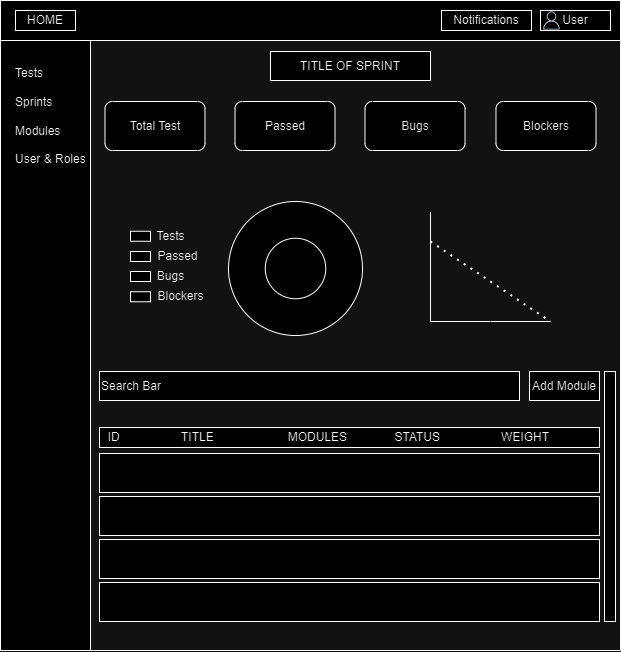
The draw.io diagram Documents/assets/wireframes/SprintDetailWireFrame.drawio.png in ViktorGox/ProjectClientOnBoardGitProject, before a commit. Source tidied: cells renumbered, new cells last; positions are measured from the earlier drawing's top-left corner, leaving out a move shared by most shapes. Source of this version:
```xml
<mxGraphModel>
  <root>
    <mxCell id="0" />
    <mxCell id="1" parent="0" />
    <mxCell id="2" style="swimlane;startSize=0;" parent="1" vertex="1">
      <mxGeometry width="620" height="650" as="geometry" />
    </mxCell>
    <mxCell id="3" style="rounded=0;whiteSpace=wrap;html=1;" parent="2" vertex="1">
      <mxGeometry width="90" height="650" as="geometry" />
    </mxCell>
    <mxCell id="4" style="rounded=0;whiteSpace=wrap;html=1;" parent="2" vertex="1">
      <mxGeometry width="620" height="40" as="geometry" />
    </mxCell>
    <mxCell id="5" value="Tests&lt;br&gt;&lt;br&gt;Sprints&lt;br&gt;&lt;br&gt;Modules&lt;br&gt;&lt;br&gt;User &amp;amp; Roles" style="text;html=1;strokeColor=none;fillColor=none;align=left;verticalAlign=middle;whiteSpace=wrap;rounded=0;" parent="2" vertex="1">
      <mxGeometry x="12.5" y="61" width="85" height="109" as="geometry" />
    </mxCell>
    <mxCell id="6" value="Notifications" style="rounded=0;whiteSpace=wrap;html=1;" parent="2" vertex="1">
      <mxGeometry x="441" y="10" width="90" height="20" as="geometry" />
    </mxCell>
    <mxCell id="7" value="User" style="rounded=0;whiteSpace=wrap;html=1;" parent="2" vertex="1">
      <mxGeometry x="540" y="10" width="70" height="20" as="geometry" />
    </mxCell>
    <mxCell id="8" style="sketch=0;fontColor=#232F3E;gradientColor=none;fillColor=#232F3D;strokeColor=none;dashed=0;verticalLabelPosition=bottom;verticalAlign=top;align=center;html=1;fontSize=12;fontStyle=0;shape=mxgraph.aws4.user;" parent="2" vertex="1">
      <mxGeometry x="542" y="11" width="18" height="18" as="geometry" />
    </mxCell>
    <mxCell id="9" value="HOME" style="rounded=0;whiteSpace=wrap;html=1;" parent="2" vertex="1">
      <mxGeometry x="15" y="10" width="60" height="20" as="geometry" />
    </mxCell>
    <mxCell id="10" value="Total Test" style="rounded=1;whiteSpace=wrap;html=1;" parent="2" vertex="1">
      <mxGeometry x="104.5" y="101" width="100" height="49" as="geometry" />
    </mxCell>
    <mxCell id="11" value="Passed" style="rounded=1;whiteSpace=wrap;html=1;" parent="2" vertex="1">
      <mxGeometry x="234.5" y="101" width="100" height="49" as="geometry" />
    </mxCell>
    <mxCell id="12" value="Bugs" style="rounded=1;whiteSpace=wrap;html=1;" parent="2" vertex="1">
      <mxGeometry x="364.5" y="101" width="100" height="49" as="geometry" />
    </mxCell>
    <mxCell id="13" value="Blockers" style="rounded=1;whiteSpace=wrap;html=1;" parent="2" vertex="1">
      <mxGeometry x="495.5" y="101" width="100" height="49" as="geometry" />
    </mxCell>
    <mxCell id="14" value="TITLE OF SPRINT" style="rounded=0;whiteSpace=wrap;html=1;" parent="2" vertex="1">
      <mxGeometry x="270" y="51" width="160" height="29" as="geometry" />
    </mxCell>
    <mxCell id="15" style="ellipse;whiteSpace=wrap;html=1;" parent="2" vertex="1">
      <mxGeometry x="228" y="201" width="134" height="134" as="geometry" />
    </mxCell>
    <mxCell id="16" style="ellipse;whiteSpace=wrap;html=1;" parent="2" vertex="1">
      <mxGeometry x="264.8" y="237.8" width="60.5" height="60.5" as="geometry" />
    </mxCell>
    <mxCell id="17" style="rounded=0;whiteSpace=wrap;html=1;" parent="2" vertex="1">
      <mxGeometry x="130" y="251" width="20" height="10" as="geometry" />
    </mxCell>
    <mxCell id="18" style="rounded=0;whiteSpace=wrap;html=1;" parent="2" vertex="1">
      <mxGeometry x="130" y="271" width="20" height="10" as="geometry" />
    </mxCell>
    <mxCell id="19" style="rounded=0;whiteSpace=wrap;html=1;" parent="2" vertex="1">
      <mxGeometry x="130" y="291.2" width="20" height="10" as="geometry" />
    </mxCell>
    <mxCell id="20" style="rounded=0;whiteSpace=wrap;html=1;" parent="2" vertex="1">
      <mxGeometry x="130" y="230.8" width="20" height="10" as="geometry" />
    </mxCell>
    <mxCell id="21" value="Passed" style="text;html=1;align=center;verticalAlign=middle;strokeColor=none;fillColor=none;" parent="2" vertex="1">
      <mxGeometry x="146.5" y="241" width="60" height="30" as="geometry" />
    </mxCell>
    <mxCell id="22" value="Tests" style="text;html=1;align=center;verticalAlign=middle;strokeColor=none;fillColor=none;" parent="2" vertex="1">
      <mxGeometry x="144.5" y="221" width="50" height="30" as="geometry" />
    </mxCell>
    <mxCell id="23" value="Bugs" style="text;html=1;align=center;verticalAlign=middle;strokeColor=none;fillColor=none;" parent="2" vertex="1">
      <mxGeometry x="144.5" y="261" width="50" height="30" as="geometry" />
    </mxCell>
    <mxCell id="24" value="Blockers" style="text;html=1;align=center;verticalAlign=middle;strokeColor=none;fillColor=none;" parent="2" vertex="1">
      <mxGeometry x="144.5" y="281.2" width="70" height="30" as="geometry" />
    </mxCell>
    <mxCell id="25" style="endArrow=none;html=1;rounded=0;" parent="2" edge="1">
      <mxGeometry relative="1" as="geometry">
        <mxPoint x="430" y="211.2" as="sourcePoint" />
        <mxPoint x="550" y="321" as="targetPoint" />
        <Array as="points">
          <mxPoint x="430" y="321" />
          <mxPoint x="490" y="321" />
        </Array>
      </mxGeometry>
    </mxCell>
    <mxCell id="26" value="Search Bar" style="rounded=0;whiteSpace=wrap;html=1;align=left;" parent="1" vertex="1">
      <mxGeometry x="99" y="371" width="420" height="29" as="geometry" />
    </mxCell>
    <mxCell id="27" value="Add Module" style="rounded=0;whiteSpace=wrap;html=1;" parent="1" vertex="1">
      <mxGeometry x="529" y="371" width="70" height="29" as="geometry" />
    </mxCell>
    <mxCell id="28" value="&amp;nbsp; ID&lt;span style=&quot;white-space: pre;&quot;&gt;&#9;&lt;/span&gt;&amp;nbsp;&amp;nbsp;&lt;span style=&quot;white-space: pre;&quot;&gt;&#9;&lt;span style=&quot;white-space: pre;&quot;&gt;&#9;&lt;/span&gt;&lt;/span&gt;&lt;span style=&quot;white-space: pre;&quot;&gt;T&lt;/span&gt;ITLE&lt;span style=&quot;white-space: pre;&quot;&gt;&#9;&lt;/span&gt;&lt;span style=&quot;white-space: pre;&quot;&gt;&#9;&lt;/span&gt;&lt;span style=&quot;white-space: pre;&quot;&gt;&#9;&lt;/span&gt;MODULES &lt;span style=&quot;white-space: pre;&quot;&gt;&#9;&lt;/span&gt;&lt;span style=&quot;white-space: pre;&quot;&gt;&#9;&lt;/span&gt;STATUS &lt;span style=&quot;white-space: pre;&quot;&gt;&#9;&lt;/span&gt;&lt;span style=&quot;white-space: pre;&quot;&gt;&#9;&lt;/span&gt;&lt;span style=&quot;white-space: pre;&quot;&gt;&#9;&lt;/span&gt;WEIGHT" style="rounded=0;whiteSpace=wrap;html=1;align=left;" parent="1" vertex="1">
      <mxGeometry x="99" y="427" width="500" height="20" as="geometry" />
    </mxCell>
    <mxCell id="29" style="rounded=0;whiteSpace=wrap;html=1;" parent="1" vertex="1">
      <mxGeometry x="99" y="453" width="500" height="39" as="geometry" />
    </mxCell>
    <mxCell id="30" style="rounded=0;whiteSpace=wrap;html=1;" parent="1" vertex="1">
      <mxGeometry x="99" y="496" width="500" height="39" as="geometry" />
    </mxCell>
    <mxCell id="31" style="rounded=0;whiteSpace=wrap;html=1;" parent="1" vertex="1">
      <mxGeometry x="99" y="582" width="500" height="39" as="geometry" />
    </mxCell>
    <mxCell id="32" style="rounded=0;whiteSpace=wrap;html=1;" parent="1" vertex="1">
      <mxGeometry x="99" y="539" width="500" height="39" as="geometry" />
    </mxCell>
    <mxCell id="33" style="endArrow=none;dashed=1;html=1;dashPattern=1 3;strokeWidth=2;rounded=0;" parent="1" edge="1">
      <mxGeometry relative="1" as="geometry">
        <mxPoint x="430" y="241" as="sourcePoint" />
        <mxPoint x="550" y="321" as="targetPoint" />
      </mxGeometry>
    </mxCell>
    <mxCell id="34" style="rounded=0;whiteSpace=wrap;html=1;" parent="1" vertex="1">
      <mxGeometry x="604" y="371" width="11" height="250" as="geometry" />
    </mxCell>
  </root>
</mxGraphModel>
```
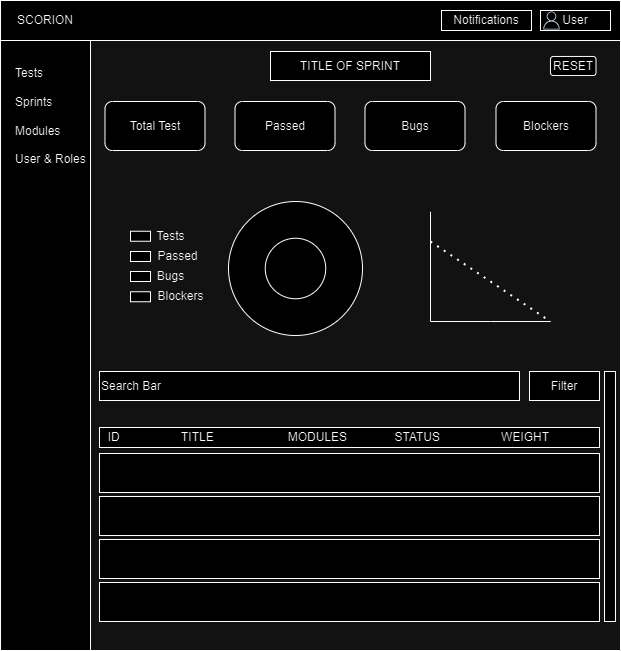
Later version of the same file.

What changed in the source:
```diff
@@ -23,9 +23,6 @@
     <mxCell id="8" style="sketch=0;fontColor=#232F3E;gradientColor=none;fillColor=#232F3D;strokeColor=none;dashed=0;verticalLabelPosition=bottom;verticalAlign=top;align=center;html=1;fontSize=12;fontStyle=0;shape=mxgraph.aws4.user;" parent="2" vertex="1">
       <mxGeometry x="542" y="11" width="18" height="18" as="geometry" />
     </mxCell>
-    <mxCell id="9" value="HOME" style="rounded=0;whiteSpace=wrap;html=1;" parent="2" vertex="1">
-      <mxGeometry x="15" y="10" width="60" height="20" as="geometry" />
-    </mxCell>
     <mxCell id="10" value="Total Test" style="rounded=1;whiteSpace=wrap;html=1;" parent="2" vertex="1">
       <mxGeometry x="104.5" y="101" width="100" height="49" as="geometry" />
     </mxCell>
@@ -81,10 +78,16 @@
         </Array>
       </mxGeometry>
     </mxCell>
+    <mxCell id="35" value="RESET" style="rounded=1;whiteSpace=wrap;html=1;" parent="2" vertex="1">
+      <mxGeometry x="550" y="56" width="45.5" height="19" as="geometry" />
+    </mxCell>
+    <mxCell id="36" value="SCORION" style="text;html=1;strokeColor=none;fillColor=none;align=center;verticalAlign=middle;whiteSpace=wrap;rounded=0;" parent="2" vertex="1">
+      <mxGeometry x="15" y="5" width="60" height="30" as="geometry" />
+    </mxCell>
     <mxCell id="26" value="Search Bar" style="rounded=0;whiteSpace=wrap;html=1;align=left;" parent="1" vertex="1">
       <mxGeometry x="99" y="371" width="420" height="29" as="geometry" />
     </mxCell>
-    <mxCell id="27" value="Add Module" style="rounded=0;whiteSpace=wrap;html=1;" parent="1" vertex="1">
+    <mxCell id="27" value="Filter" style="rounded=0;whiteSpace=wrap;html=1;" parent="1" vertex="1">
       <mxGeometry x="529" y="371" width="70" height="29" as="geometry" />
     </mxCell>
     <mxCell id="28" value="&amp;nbsp; ID&lt;span style=&quot;white-space: pre;&quot;&gt;&#9;&lt;/span&gt;&amp;nbsp;&amp;nbsp;&lt;span style=&quot;white-space: pre;&quot;&gt;&#9;&lt;span style=&quot;white-space: pre;&quot;&gt;&#9;&lt;/span&gt;&lt;/span&gt;&lt;span style=&quot;white-space: pre;&quot;&gt;T&lt;/span&gt;ITLE&lt;span style=&quot;white-space: pre;&quot;&gt;&#9;&lt;/span&gt;&lt;span style=&quot;white-space: pre;&quot;&gt;&#9;&lt;/span&gt;&lt;span style=&quot;white-space: pre;&quot;&gt;&#9;&lt;/span&gt;MODULES &lt;span style=&quot;white-space: pre;&quot;&gt;&#9;&lt;/span&gt;&lt;span style=&quot;white-space: pre;&quot;&gt;&#9;&lt;/span&gt;STATUS &lt;span style=&quot;white-space: pre;&quot;&gt;&#9;&lt;/span&gt;&lt;span style=&quot;white-space: pre;&quot;&gt;&#9;&lt;/span&gt;&lt;span style=&quot;white-space: pre;&quot;&gt;&#9;&lt;/span&gt;WEIGHT" style="rounded=0;whiteSpace=wrap;html=1;align=left;" parent="1" vertex="1">
```
